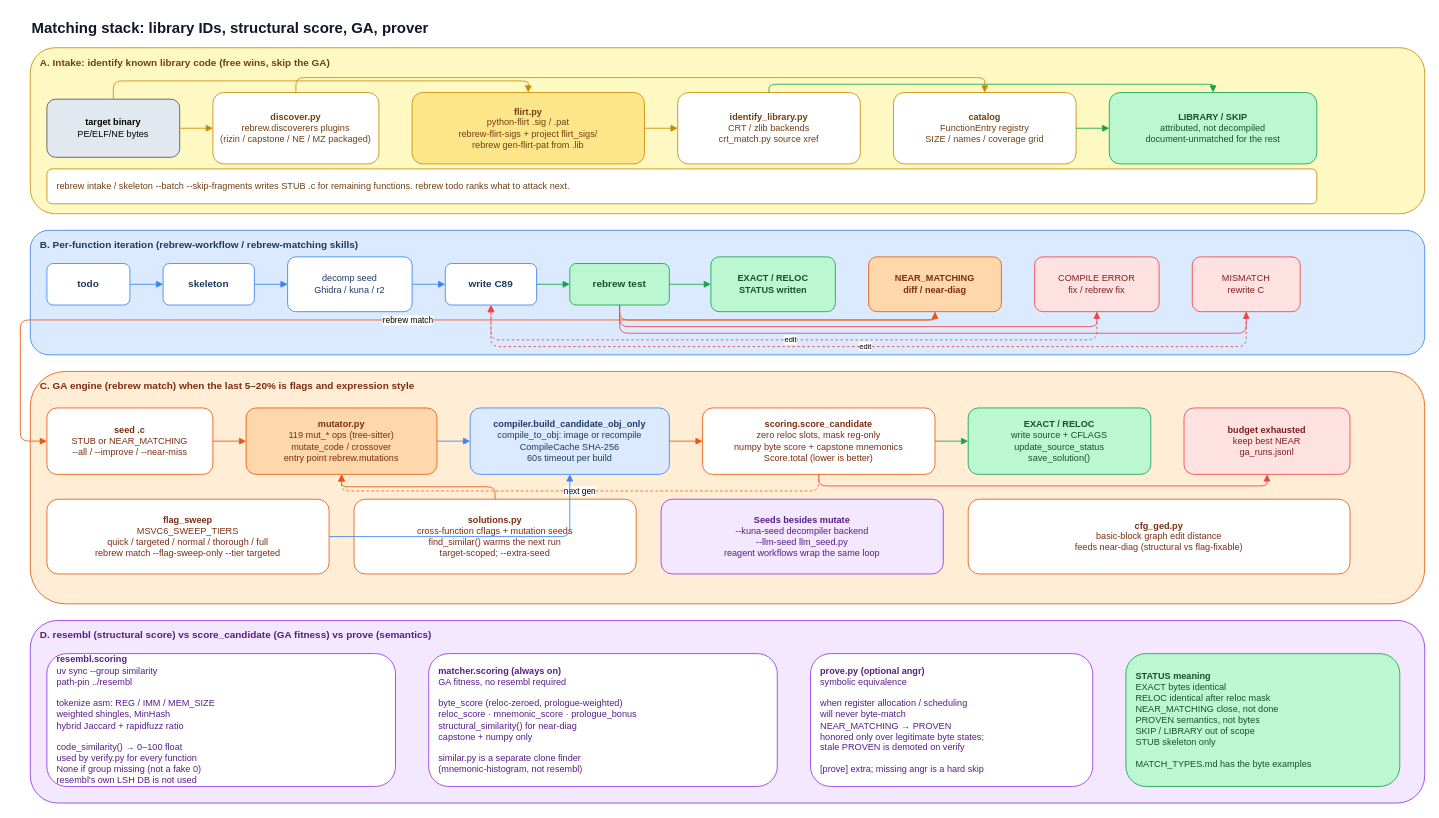
The draw.io diagram page "4. FLIRT, resembl, GA" (4 of 9) of docs/architecture.drawio in maci0/rebrew, before the edit. Source tidied: cells renumbered, new cells numbered last; positions are measured from the earlier drawing's top-left corner, leaving out a move shared by most shapes. Both pictures are drawn from the tidied source at 83%, with x=0, y=0 at pixel (20, 14).
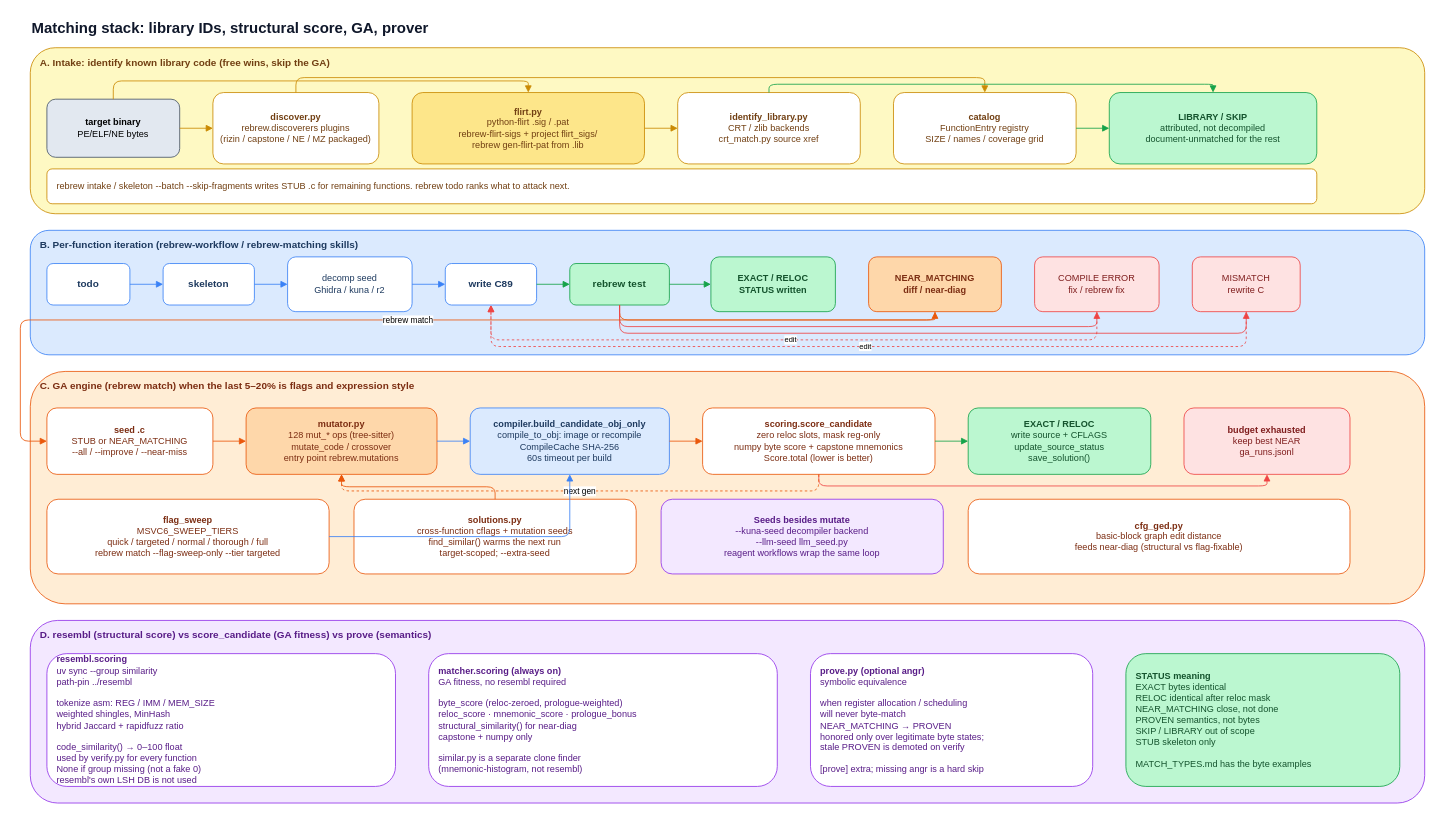
Above is the later version.

The edit, as a diff of the source:
```diff
@@
-    <mxCell id="39" value="&lt;b&gt;mutator.py&lt;/b&gt;&lt;br&gt;119 mut_* ops (tree-sitter)&lt;br&gt;mutate_code / crossover&lt;br&gt;entry point rebrew.mutations" style="rounded=1;whiteSpace=wrap;html=1;fillColor=#fed7aa;strokeColor=#ea580c;fontColor=#7c2d12;align=center;fontSize=11;" parent="1" vertex="1">
+    <mxCell id="39" value="&lt;b&gt;mutator.py&lt;/b&gt;&lt;br&gt;128 mut_* ops (tree-sitter)&lt;br&gt;mutate_code / crossover&lt;br&gt;entry point rebrew.mutations" style="rounded=1;whiteSpace=wrap;html=1;fillColor=#fed7aa;strokeColor=#ea580c;fontColor=#7c2d12;align=center;fontSize=11;" parent="1" vertex="1">
       <mxGeometry x="272" y="474" width="230" height="80" as="geometry" />
     </mxCell>
```
